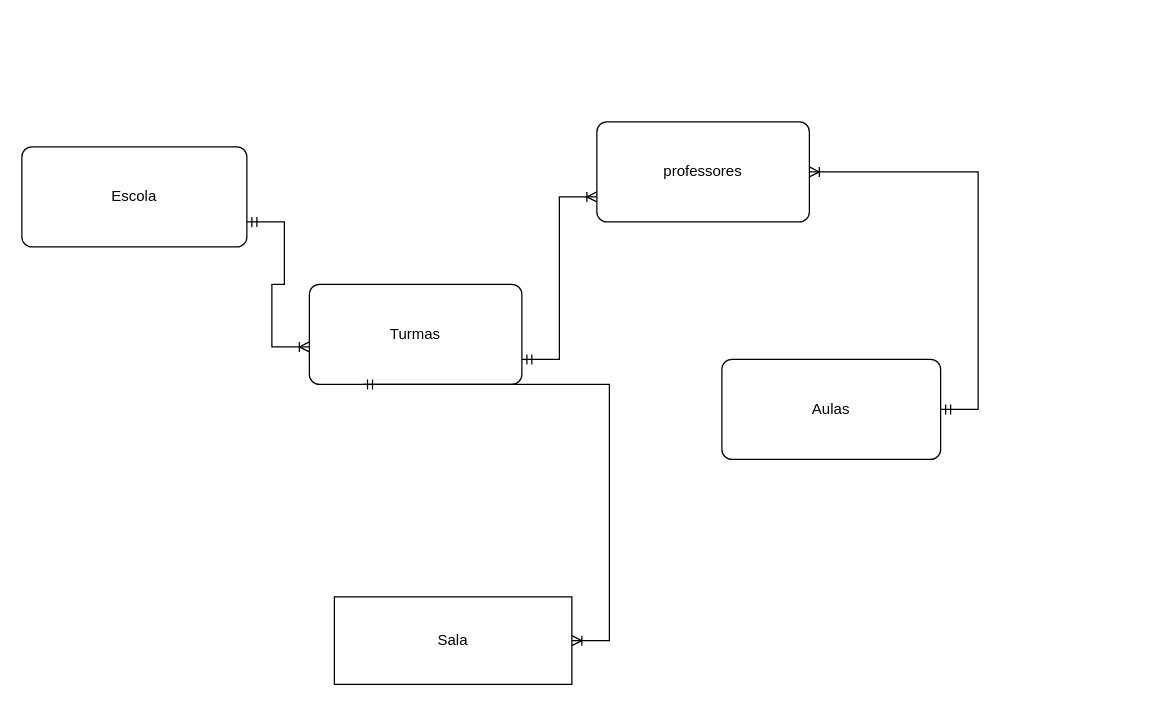
This is escola.drawio from biacapist1224/Diagramas, a draw.io file, before an edit. Source tidied: cells renumbered, new cells numbered last; positions are measured from the earlier drawing's top-left corner, leaving out a move shared by most shapes. Both pictures are drawn from the tidied source at 125%, with x=0, y=0 at pixel (21, 121).
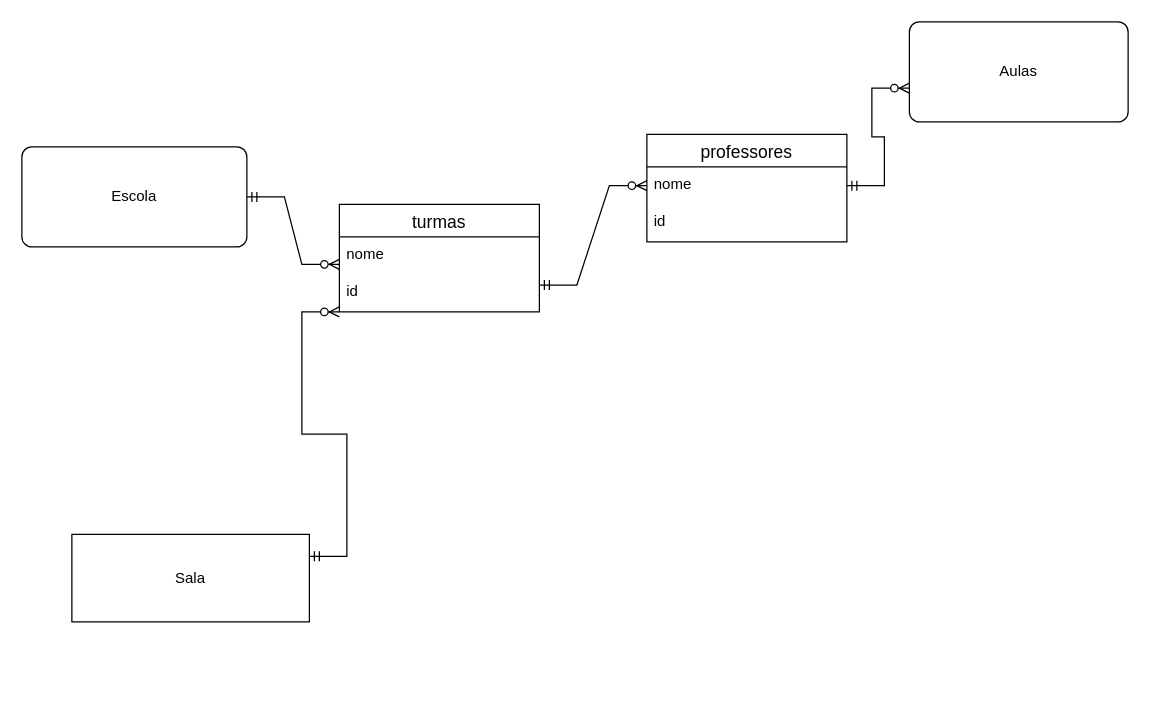
The same diagram, later.

Diff of the diagram source:
```diff
@@
 <mxGraphModel>
   <root>
     <mxCell id="0" />
     <mxCell id="1" parent="0" />
-    <mxCell id="2" value="Turmas" style="rounded=1;arcSize=10;whiteSpace=wrap;html=1;align=center;" parent="1" vertex="1">
-      <mxGeometry x="230" y="130" width="170" height="80" as="geometry" />
-    </mxCell>
     <mxCell id="3" value="Escola" style="rounded=1;arcSize=10;whiteSpace=wrap;html=1;align=center;" parent="1" vertex="1">
       <mxGeometry y="20" width="180" height="80" as="geometry" />
     </mxCell>
     <mxCell id="4" value="Sala" style="rounded=1;arcSize=0;whiteSpace=wrap;html=1;align=center;" parent="1" vertex="1">
-      <mxGeometry x="250" y="380" width="190" height="70" as="geometry" />
+      <mxGeometry x="40" y="330" width="190" height="70" as="geometry" />
     </mxCell>
     <mxCell id="5" value="Aulas" style="rounded=1;arcSize=10;whiteSpace=wrap;html=1;align=center;" parent="1" vertex="1">
-      <mxGeometry x="560" y="190" width="175" height="80" as="geometry" />
+      <mxGeometry x="710" y="-80" width="175" height="80" as="geometry" />
     </mxCell>
-    <mxCell id="6" value="professores" style="rounded=1;arcSize=10;whiteSpace=wrap;html=1;align=center;" parent="1" vertex="1">
-      <mxGeometry x="460" width="170" height="80" as="geometry" />
+    <mxCell id="6" value="professores" style="swimlane;fontStyle=0;horizontal=1;startSize=26;align=center;fontSize=14;" parent="1" vertex="1">
+      <mxGeometry x="500" y="10" width="160" height="86" as="geometry" />
     </mxCell>
-    <mxCell id="7" style="edgeStyle=entityRelationEdgeStyle;fontSize=12;html=1;endArrow=ERoneToMany;startArrow=ERmandOne;rounded=0;entryX=0;entryY=0.625;entryDx=0;entryDy=0;entryPerimeter=0;exitX=1;exitY=0.75;exitDx=0;exitDy=0;" parent="1" edge="1" source="3" target="2">
-      <mxGeometry relative="1" as="geometry" />
-    </mxCell>
-    <mxCell id="8" style="edgeStyle=entityRelationEdgeStyle;fontSize=12;html=1;endArrow=ERoneToMany;startArrow=ERmandOne;rounded=0;entryX=0;entryY=0.75;entryDx=0;entryDy=0;exitX=1;exitY=0.75;exitDx=0;exitDy=0;" parent="1" edge="1" source="2" target="6">
-      <mxGeometry relative="1" as="geometry" />
-    </mxCell>
-    <mxCell id="9" style="edgeStyle=entityRelationEdgeStyle;fontSize=12;html=1;endArrow=ERoneToMany;startArrow=ERmandOne;rounded=0;" parent="1" edge="1" source="5" target="6">
-      <mxGeometry relative="1" as="geometry" />
-    </mxCell>
-    <mxCell id="10" style="edgeStyle=entityRelationEdgeStyle;fontSize=12;html=1;endArrow=ERoneToMany;startArrow=ERmandOne;rounded=0;exitX=0.25;exitY=1;exitDx=0;exitDy=0;" parent="1" edge="1" source="2" target="4">
-      <mxGeometry relative="1" as="geometry" />
-    </mxCell>
+    <mxCell id="11" value="nome" style="text;strokeColor=none;fillColor=none;spacingLeft=4;spacingRight=4;overflow=hidden;points=[[0,0.5],[1,0.5]];portConstraint=eastwest;fontSize=12;whiteSpace=wrap;html=1;" parent="6" vertex="1">
+      <mxGeometry y="26" width="160" height="30" as="geometry" />
+    </mxCell>
+    <mxCell id="12" value="id" style="text;strokeColor=none;fillColor=none;spacingLeft=4;spacingRight=4;overflow=hidden;fontSize=12;whiteSpace=wrap;html=1;" parent="6" vertex="1">
+      <mxGeometry y="56" width="160" height="30" as="geometry" />
+    </mxCell>
+    <mxCell id="13" style="edgeStyle=entityRelationEdgeStyle;fontSize=12;html=1;endArrow=ERzeroToMany;startArrow=ERmandOne;rounded=0;entryX=0;entryY=0.733;entryDx=0;entryDy=0;entryPerimeter=0;exitX=1;exitY=0.5;exitDx=0;exitDy=0;" parent="1" edge="1" source="3" target="16">
+      <mxGeometry relative="1" as="geometry" />
+    </mxCell>
+    <mxCell id="14" style="edgeStyle=entityRelationEdgeStyle;fontSize=12;html=1;endArrow=ERzeroToMany;startArrow=ERmandOne;rounded=0;entryX=0;entryY=1;entryDx=0;entryDy=0;exitX=1;exitY=0.25;exitDx=0;exitDy=0;" parent="1" edge="1" source="4" target="15">
+      <mxGeometry relative="1" as="geometry" />
+    </mxCell>
+    <mxCell id="15" value="turmas" style="swimlane;fontStyle=0;horizontal=1;startSize=26;align=center;fontSize=14;" parent="1" vertex="1">
+      <mxGeometry x="254" y="66" width="160" height="86" as="geometry" />
+    </mxCell>
+    <mxCell id="16" value="nome" style="text;strokeColor=none;fillColor=none;spacingLeft=4;spacingRight=4;overflow=hidden;points=[[0,0.5],[1,0.5]];portConstraint=eastwest;fontSize=12;whiteSpace=wrap;html=1;" parent="15" vertex="1">
+      <mxGeometry y="26" width="160" height="30" as="geometry" />
+    </mxCell>
+    <mxCell id="17" value="id" style="text;strokeColor=none;fillColor=none;spacingLeft=4;spacingRight=4;overflow=hidden;fontSize=12;whiteSpace=wrap;html=1;" parent="15" vertex="1">
+      <mxGeometry y="56" width="160" height="30" as="geometry" />
+    </mxCell>
+    <mxCell id="18" style="edgeStyle=entityRelationEdgeStyle;fontSize=12;html=1;endArrow=ERzeroToMany;startArrow=ERmandOne;rounded=0;entryX=0;entryY=0.5;entryDx=0;entryDy=0;exitX=1;exitY=0.75;exitDx=0;exitDy=0;" parent="1" edge="1" source="15" target="11">
+      <mxGeometry relative="1" as="geometry" />
+    </mxCell>
+    <mxCell id="19" style="edgeStyle=entityRelationEdgeStyle;fontSize=12;html=1;endArrow=ERzeroToMany;startArrow=ERmandOne;rounded=0;entryX=0;entryY=0.663;entryDx=0;entryDy=0;entryPerimeter=0;exitX=1;exitY=0.5;exitDx=0;exitDy=0;" parent="1" edge="1" source="11" target="5">
+      <mxGeometry relative="1" as="geometry" />
+    </mxCell>
   </root>
 </mxGraphModel>
```
